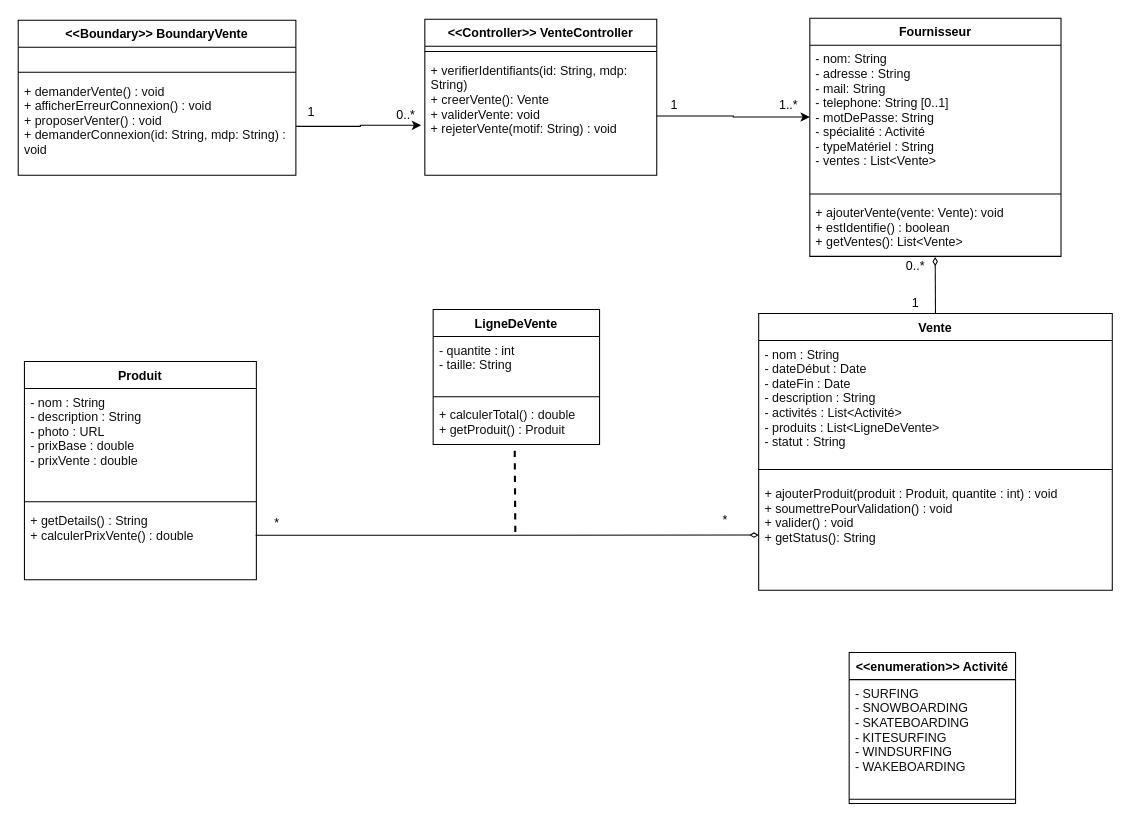
The draw.io diagram page "Diagramme de classe participantes (Proposer vente)" (5 of 7) of docs/Diagrammes.drawio in Kaituro/PCO_Phase2_ProposerVente, before the edit. Source tidied: cells renumbered, new cells numbered last; positions are measured from the earlier drawing's top-left corner, leaving out a move shared by most shapes. Both pictures are drawn from the tidied source at 104%, with x=0, y=0 at pixel (18, 18).
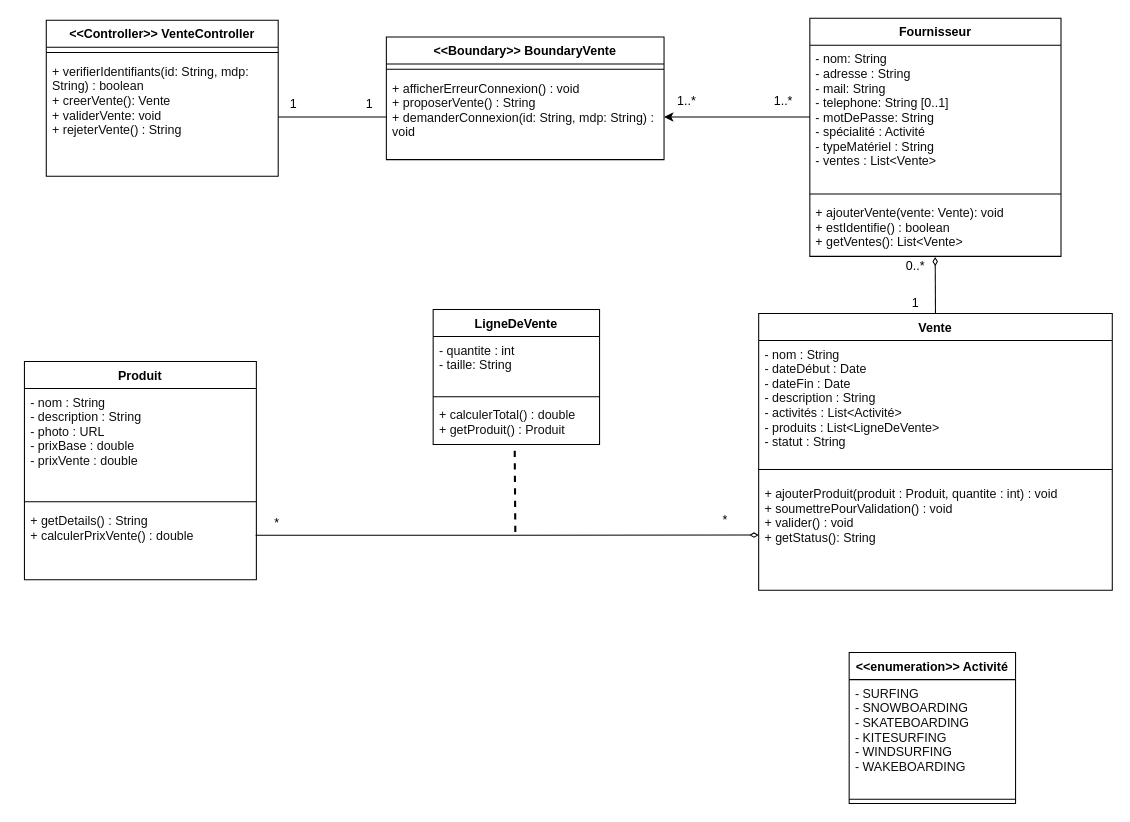
After the change.

Unchanged cells that the change refers to:
```xml
<mxCell id="3" value="&lt;p style=&quot;margin: 0px; font-stretch: normal; font-size: 12px; line-height: normal; font-size-adjust: none; font-kerning: auto; font-variant-alternates: normal; font-variant-ligatures: normal; font-variant-numeric: normal; font-variant-east-asian: normal; font-variant-position: normal; font-feature-settings: normal; font-optical-sizing: auto; font-variation-settings: normal; color: rgb(12, 12, 12);&quot;&gt;- nom: String&lt;/p&gt;&lt;p style=&quot;margin: 0px; font-stretch: normal; font-size: 12px; line-height: normal; font-size-adjust: none; font-kerning: auto; font-variant-alternates: normal; font-variant-ligatures: normal; font-variant-numeric: normal; font-variant-east-asian: normal; font-variant-position: normal; font-feature-settings: normal; font-optical-sizing: auto; font-variation-settings: normal; color: rgb(12, 12, 12);&quot;&gt;- adresse : String&lt;/p&gt;&lt;p style=&quot;margin: 0px; font-stretch: normal; font-size: 12px; line-height: normal; font-size-adjust: none; font-kerning: auto; font-variant-alternates: normal; font-variant-ligatures: normal; font-variant-numeric: normal; font-variant-east-asian: normal; font-variant-position: normal; font-feature-settings: normal; font-optical-sizing: auto; font-variation-settings: normal; color: rgb(12, 12, 12);&quot;&gt;- mail: String&lt;/p&gt;&lt;p style=&quot;margin: 0px; font-stretch: normal; font-size: 12px; line-height: normal; font-size-adjust: none; font-kerning: auto; font-variant-alternates: normal; font-variant-ligatures: normal; font-variant-numeric: normal; font-variant-east-asian: normal; font-variant-position: normal; font-feature-settings: normal; font-optical-sizing: auto; font-variation-settings: normal; color: rgb(12, 12, 12);&quot;&gt;- telephone: String [0..1]&lt;/p&gt;&lt;p style=&quot;margin: 0px; font-stretch: normal; font-size: 12px; line-height: normal; font-size-adjust: none; font-kerning: auto; font-variant-alternates: normal; font-variant-ligatures: normal; font-variant-numeric: normal; font-variant-east-asian: normal; font-variant-position: normal; font-feature-settings: normal; font-optical-sizing: auto; font-variation-settings: normal; color: rgb(12, 12, 12);&quot;&gt;- motDePasse: String&lt;/p&gt;&lt;p style=&quot;margin: 0px; font-stretch: normal; font-size: 12px; line-height: normal; font-size-adjust: none; font-kerning: auto; font-variant-alternates: normal; font-variant-ligatures: normal; font-variant-numeric: normal; font-variant-east-asian: normal; font-variant-position: normal; font-feature-settings: normal; font-optical-sizing: auto; font-variation-settings: normal; color: rgb(12, 12, 12);&quot;&gt;- spécialité : Activité&lt;/p&gt;&lt;p style=&quot;margin: 0px; font-stretch: normal; font-size: 12px; line-height: normal; font-size-adjust: none; font-kerning: auto; font-variant-alternates: normal; font-variant-ligatures: normal; font-variant-numeric: normal; font-variant-east-asian: normal; font-variant-position: normal; font-feature-settings: normal; font-optical-sizing: auto; font-variation-settings: normal; color: rgb(12, 12, 12);&quot;&gt;- typeMatériel : String&lt;/p&gt;&lt;p style=&quot;margin: 0px; font-stretch: normal; font-size: 12px; line-height: normal; font-size-adjust: none; font-kerning: auto; font-variant-alternates: normal; font-variant-ligatures: normal; font-variant-numeric: normal; font-variant-east-asian: normal; font-variant-position: normal; font-feature-settings: normal; font-optical-sizing: auto; font-variation-settings: normal; color: rgb(12, 12, 12);&quot;&gt;- ventes : List&amp;lt;Vente&amp;gt;&lt;/p&gt;" style="text;strokeColor=none;fillColor=none;align=left;verticalAlign=top;spacingLeft=4;spacingRight=4;overflow=hidden;points=[[0,0.5],[1,0.5]];portConstraint=eastwest;whiteSpace=wrap;html=1;fontFamily=Helvetica;fontSize=12;" parent="2" vertex="1">
  <mxGeometry y="26" width="241.5" height="138" as="geometry" />
</mxCell>
```

Change to the diagram source:
```diff
@@
     <mxCell id="28" value="&amp;lt;&amp;lt;Boundary&amp;gt;&amp;gt; BoundaryVente" style="swimlane;fontStyle=1;align=center;verticalAlign=top;horizontal=1;startSize=26;whiteSpace=wrap;html=1;fontFamily=Helvetica;fontSize=12;" parent="1" vertex="1">
-      <mxGeometry y="2" width="267" height="149" as="geometry" />
+      <mxGeometry x="354" y="18" width="267" height="118" as="geometry" />
     </mxCell>
-    <mxCell id="29" value="&lt;p style=&quot;margin: 0px; font-style: normal; font-variant-caps: normal; font-stretch: normal; font-size: 12px; line-height: normal; font-size-adjust: none; font-kerning: auto; font-variant-alternates: normal; font-variant-ligatures: normal; font-variant-numeric: normal; font-variant-east-asian: normal; font-variant-position: normal; font-feature-settings: normal; font-optical-sizing: auto; font-variation-settings: normal; color: rgb(14, 14, 14);&quot;&gt;&lt;br&gt;&lt;/p&gt;" style="text;strokeColor=none;fillColor=none;align=left;verticalAlign=top;spacingLeft=4;spacingRight=4;overflow=hidden;whiteSpace=wrap;html=1;fontFamily=Helvetica;fontSize=12;" parent="28" vertex="1">
-      <mxGeometry y="26" width="267" height="19" as="geometry" />
-    </mxCell>
     <mxCell id="30" style="line;strokeWidth=1;fillColor=none;align=left;verticalAlign=middle;spacingTop=-1;spacingLeft=3;spacingRight=3;labelPosition=right;strokeColor=inherit;fontFamily=Helvetica;fontSize=12;" parent="28" vertex="1">
-      <mxGeometry y="45" width="267" height="10" as="geometry" />
+      <mxGeometry y="26" width="267" height="10" as="geometry" />
     </mxCell>
-    <mxCell id="31" value="&lt;p style=&quot;margin: 0px; font-stretch: normal; line-height: normal; font-size-adjust: none; font-kerning: auto; font-variant-alternates: normal; font-variant-ligatures: normal; font-variant-numeric: normal; font-variant-east-asian: normal; font-variant-position: normal; font-feature-settings: normal; font-optical-sizing: auto; font-variation-settings: normal; color: rgb(14, 14, 14);&quot;&gt;+ demanderVente() : void&lt;/p&gt;&lt;p style=&quot;margin: 0px; font-stretch: normal; line-height: normal; font-size-adjust: none; font-kerning: auto; font-variant-alternates: normal; font-variant-ligatures: normal; font-variant-numeric: normal; font-variant-east-asian: normal; font-variant-position: normal; font-feature-settings: normal; font-optical-sizing: auto; font-variation-settings: normal; color: rgb(14, 14, 14);&quot;&gt;+ afficherErreurConnexion() : void&lt;/p&gt;&lt;p style=&quot;margin: 0px; font-stretch: normal; line-height: normal; font-size-adjust: none; font-kerning: auto; font-variant-alternates: normal; font-variant-ligatures: normal; font-variant-numeric: normal; font-variant-east-asian: normal; font-variant-position: normal; font-feature-settings: normal; font-optical-sizing: auto; font-variation-settings: normal; color: rgb(14, 14, 14);&quot;&gt;+ proposerVenter() : void&lt;/p&gt;&lt;p style=&quot;margin: 0px; font-style: normal; font-variant-caps: normal; font-stretch: normal; font-size: 12px; line-height: normal; font-size-adjust: none; font-kerning: auto; font-variant-alternates: normal; font-variant-ligatures: normal; font-variant-numeric: normal; font-variant-east-asian: normal; font-variant-position: normal; font-feature-settings: normal; font-optical-sizing: auto; font-variation-settings: normal; color: rgb(14, 14, 14);&quot;&gt;+ demanderConnexion(id: String, mdp: String) : void&lt;/p&gt;" style="text;strokeColor=none;fillColor=none;align=left;verticalAlign=top;spacingLeft=4;spacingRight=4;overflow=hidden;points=[[0,0.5],[1,0.5]];portConstraint=eastwest;whiteSpace=wrap;html=1;fontFamily=Helvetica;fontSize=12;" parent="28" vertex="1">
-      <mxGeometry y="55" width="267" height="94" as="geometry" />
+    <mxCell id="31" value="&lt;p style=&quot;margin: 0px; font-stretch: normal; line-height: normal; font-size-adjust: none; font-kerning: auto; font-variant-alternates: normal; font-variant-ligatures: normal; font-variant-numeric: normal; font-variant-east-asian: normal; font-variant-position: normal; font-feature-settings: normal; font-optical-sizing: auto; font-variation-settings: normal; color: rgb(14, 14, 14);&quot;&gt;+ afficherErreurConnexion() : void&lt;/p&gt;&lt;p style=&quot;margin: 0px; font-stretch: normal; line-height: normal; font-size-adjust: none; font-kerning: auto; font-variant-alternates: normal; font-variant-ligatures: normal; font-variant-numeric: normal; font-variant-east-asian: normal; font-variant-position: normal; font-feature-settings: normal; font-optical-sizing: auto; font-variation-settings: normal; color: rgb(14, 14, 14);&quot;&gt;+ proposerVente() : String&lt;br&gt;&lt;/p&gt;&lt;p style=&quot;margin: 0px; font-style: normal; font-variant-caps: normal; font-stretch: normal; font-size: 12px; line-height: normal; font-size-adjust: none; font-kerning: auto; font-variant-alternates: normal; font-variant-ligatures: normal; font-variant-numeric: normal; font-variant-east-asian: normal; font-variant-position: normal; font-feature-settings: normal; font-optical-sizing: auto; font-variation-settings: normal; color: rgb(14, 14, 14);&quot;&gt;+ demanderConnexion(id: String, mdp: String) : void&lt;/p&gt;&lt;div&gt;&lt;br&gt;&lt;/div&gt;" style="text;strokeColor=none;fillColor=none;align=left;verticalAlign=top;spacingLeft=4;spacingRight=4;overflow=hidden;points=[[0,0.5],[1,0.5]];portConstraint=eastwest;whiteSpace=wrap;html=1;fontFamily=Helvetica;fontSize=12;" parent="28" vertex="1">
+      <mxGeometry y="36" width="267" height="82" as="geometry" />
     </mxCell>
     <mxCell id="32" value="&amp;lt;&amp;lt;Controller&amp;gt;&amp;gt; VenteController" style="swimlane;fontStyle=1;align=center;verticalAlign=top;horizontal=1;startSize=26;whiteSpace=wrap;html=1;fontFamily=Helvetica;fontSize=12;" parent="1" vertex="1">
-      <mxGeometry x="391" y="1" width="223" height="150" as="geometry" />
+      <mxGeometry x="27" y="2" width="223" height="150" as="geometry" />
     </mxCell>
@@
-    <mxCell id="34" value="&lt;p style=&quot;margin: 0px; font-stretch: normal; line-height: normal; font-size-adjust: none; font-kerning: auto; font-variant-alternates: normal; font-variant-ligatures: normal; font-variant-numeric: normal; font-variant-east-asian: normal; font-variant-position: normal; font-feature-settings: normal; font-optical-sizing: auto; font-variation-settings: normal; color: rgb(14, 14, 14);&quot;&gt;+ verifierIdentifiants(id: String, mdp: String)&lt;/p&gt;&lt;p style=&quot;margin: 0px; font-stretch: normal; line-height: normal; font-size-adjust: none; font-kerning: auto; font-variant-alternates: normal; font-variant-ligatures: normal; font-variant-numeric: normal; font-variant-east-asian: normal; font-variant-position: normal; font-feature-settings: normal; font-optical-sizing: auto; font-variation-settings: normal; color: rgb(14, 14, 14);&quot;&gt;+ creerVente(): Vente&lt;/p&gt;&lt;p style=&quot;margin: 0px; font-stretch: normal; line-height: normal; font-size-adjust: none; font-kerning: auto; font-variant-alternates: normal; font-variant-ligatures: normal; font-variant-numeric: normal; font-variant-east-asian: normal; font-variant-position: normal; font-feature-settings: normal; font-optical-sizing: auto; font-variation-settings: normal; color: rgb(14, 14, 14);&quot;&gt;+ validerVente: void&lt;/p&gt;&lt;p style=&quot;margin: 0px; font-stretch: normal; line-height: normal; font-size-adjust: none; font-kerning: auto; font-variant-alternates: normal; font-variant-ligatures: normal; font-variant-numeric: normal; font-variant-east-asian: normal; font-variant-position: normal; font-feature-settings: normal; font-optical-sizing: auto; font-variation-settings: normal; color: rgb(14, 14, 14);&quot;&gt;+ rejeterVente(motif: String) : void&lt;/p&gt;" style="text;strokeColor=none;fillColor=none;align=left;verticalAlign=top;spacingLeft=4;spacingRight=4;overflow=hidden;points=[[0,0.5],[1,0.5]];portConstraint=eastwest;whiteSpace=wrap;html=1;fontFamily=Helvetica;fontSize=12;" parent="32" vertex="1">
+    <mxCell id="34" value="&lt;p style=&quot;margin: 0px; font-stretch: normal; line-height: normal; font-size-adjust: none; font-kerning: auto; font-variant-alternates: normal; font-variant-ligatures: normal; font-variant-numeric: normal; font-variant-east-asian: normal; font-variant-position: normal; font-feature-settings: normal; font-optical-sizing: auto; font-variation-settings: normal; color: rgb(14, 14, 14);&quot;&gt;+ verifierIdentifiants(id: String, mdp: String) : boolean&lt;br&gt;&lt;/p&gt;&lt;p style=&quot;margin: 0px; font-stretch: normal; line-height: normal; font-size-adjust: none; font-kerning: auto; font-variant-alternates: normal; font-variant-ligatures: normal; font-variant-numeric: normal; font-variant-east-asian: normal; font-variant-position: normal; font-feature-settings: normal; font-optical-sizing: auto; font-variation-settings: normal; color: rgb(14, 14, 14);&quot;&gt;+ creerVente(): Vente&lt;/p&gt;&lt;p style=&quot;margin: 0px; font-stretch: normal; line-height: normal; font-size-adjust: none; font-kerning: auto; font-variant-alternates: normal; font-variant-ligatures: normal; font-variant-numeric: normal; font-variant-east-asian: normal; font-variant-position: normal; font-feature-settings: normal; font-optical-sizing: auto; font-variation-settings: normal; color: rgb(14, 14, 14);&quot;&gt;+ validerVente: void&lt;/p&gt;&lt;p style=&quot;margin: 0px; font-stretch: normal; line-height: normal; font-size-adjust: none; font-kerning: auto; font-variant-alternates: normal; font-variant-ligatures: normal; font-variant-numeric: normal; font-variant-east-asian: normal; font-variant-position: normal; font-feature-settings: normal; font-optical-sizing: auto; font-variation-settings: normal; color: rgb(14, 14, 14);&quot;&gt;+ rejeterVente() : String&lt;br&gt;&lt;/p&gt;" style="text;strokeColor=none;fillColor=none;align=left;verticalAlign=top;spacingLeft=4;spacingRight=4;overflow=hidden;points=[[0,0.5],[1,0.5]];portConstraint=eastwest;whiteSpace=wrap;html=1;fontFamily=Helvetica;fontSize=12;" parent="32" vertex="1">
       <mxGeometry y="36" width="223" height="114" as="geometry" />
     </mxCell>
+    <mxCell id="41" style="edgeStyle=orthogonalEdgeStyle;rounded=0;jettySize=auto;html=1;exitX=0;exitY=0.5;exitDx=0;exitDy=0;entryX=1;entryY=0.5;entryDx=0;entryDy=0;" parent="1" edge="1" source="3" target="31">
+      <mxGeometry relative="1" as="geometry" />
+    </mxCell>
-    <mxCell id="35" style="edgeStyle=orthogonalEdgeStyle;rounded=0;jettySize=auto;html=1;exitX=1;exitY=0.5;exitDx=0;exitDy=0;entryX=-0.016;entryY=0.579;entryDx=0;entryDy=0;entryPerimeter=0;endArrow=classic;endFill=1;" parent="1" edge="1" source="31" target="34">
+    <mxCell id="35" style="edgeStyle=orthogonalEdgeStyle;rounded=0;jettySize=auto;html=1;exitX=0;exitY=0.5;exitDx=0;exitDy=0;entryX=1;entryY=0.5;entryDx=0;entryDy=0;endArrow=none;endFill=0;" parent="1" edge="1" source="31" target="34">
       <mxGeometry relative="1" as="geometry" />
     </mxCell>
-    <mxCell id="36" value="1" style="text;html=1;align=center;verticalAlign=middle;whiteSpace=wrap;rounded=0;fontFamily=Helvetica;fontSize=12;" parent="1" vertex="1">
-      <mxGeometry x="262" y="81" width="40" height="20" as="geometry" />
-    </mxCell>
-    <mxCell id="37" value="0..*" style="text;html=1;align=center;verticalAlign=middle;whiteSpace=wrap;rounded=0;fontFamily=Helvetica;fontSize=12;" parent="1" vertex="1">
-      <mxGeometry x="353" y="83" width="40" height="20" as="geometry" />
-    </mxCell>
-    <mxCell id="38" style="edgeStyle=orthogonalEdgeStyle;rounded=0;jettySize=auto;html=1;exitX=1;exitY=0.5;exitDx=0;exitDy=0;entryX=0;entryY=0.5;entryDx=0;entryDy=0;endArrow=classic;endFill=1;" parent="1" edge="1" source="34" target="3">
-      <mxGeometry relative="1" as="geometry" />
-    </mxCell>
-    <mxCell id="39" value="1" style="text;html=1;align=center;verticalAlign=middle;whiteSpace=wrap;rounded=0;fontFamily=Helvetica;fontSize=12;" parent="1" vertex="1">
-      <mxGeometry x="611" y="74" width="40" height="20" as="geometry" />
-    </mxCell>
-    <mxCell id="40" value="1..*" style="text;html=1;align=center;verticalAlign=middle;whiteSpace=wrap;rounded=0;fontFamily=Helvetica;fontSize=12;" parent="1" vertex="1">
-      <mxGeometry x="721.2" y="74" width="40" height="20" as="geometry" />
-    </mxCell>
+    <mxCell id="42" value="1" style="text;html=1;align=center;verticalAlign=middle;whiteSpace=wrap;rounded=0;fontFamily=Helvetica;fontSize=12;" parent="1" vertex="1">
+      <mxGeometry x="245" y="73" width="40" height="20" as="geometry" />
+    </mxCell>
+    <mxCell id="43" value="1" style="text;html=1;align=center;verticalAlign=middle;whiteSpace=wrap;rounded=0;fontFamily=Helvetica;fontSize=12;" parent="1" vertex="1">
+      <mxGeometry x="318" y="73" width="40" height="20" as="geometry" />
+    </mxCell>
+    <mxCell id="44" value="1..*" style="text;html=1;align=center;verticalAlign=middle;whiteSpace=wrap;rounded=0;fontFamily=Helvetica;fontSize=12;" parent="1" vertex="1">
+      <mxGeometry x="623" y="70" width="40" height="20" as="geometry" />
+    </mxCell>
+    <mxCell id="45" value="1..*" style="text;html=1;align=center;verticalAlign=middle;whiteSpace=wrap;rounded=0;fontFamily=Helvetica;fontSize=12;" parent="1" vertex="1">
+      <mxGeometry x="716" y="70" width="40" height="20" as="geometry" />
+    </mxCell>
```
